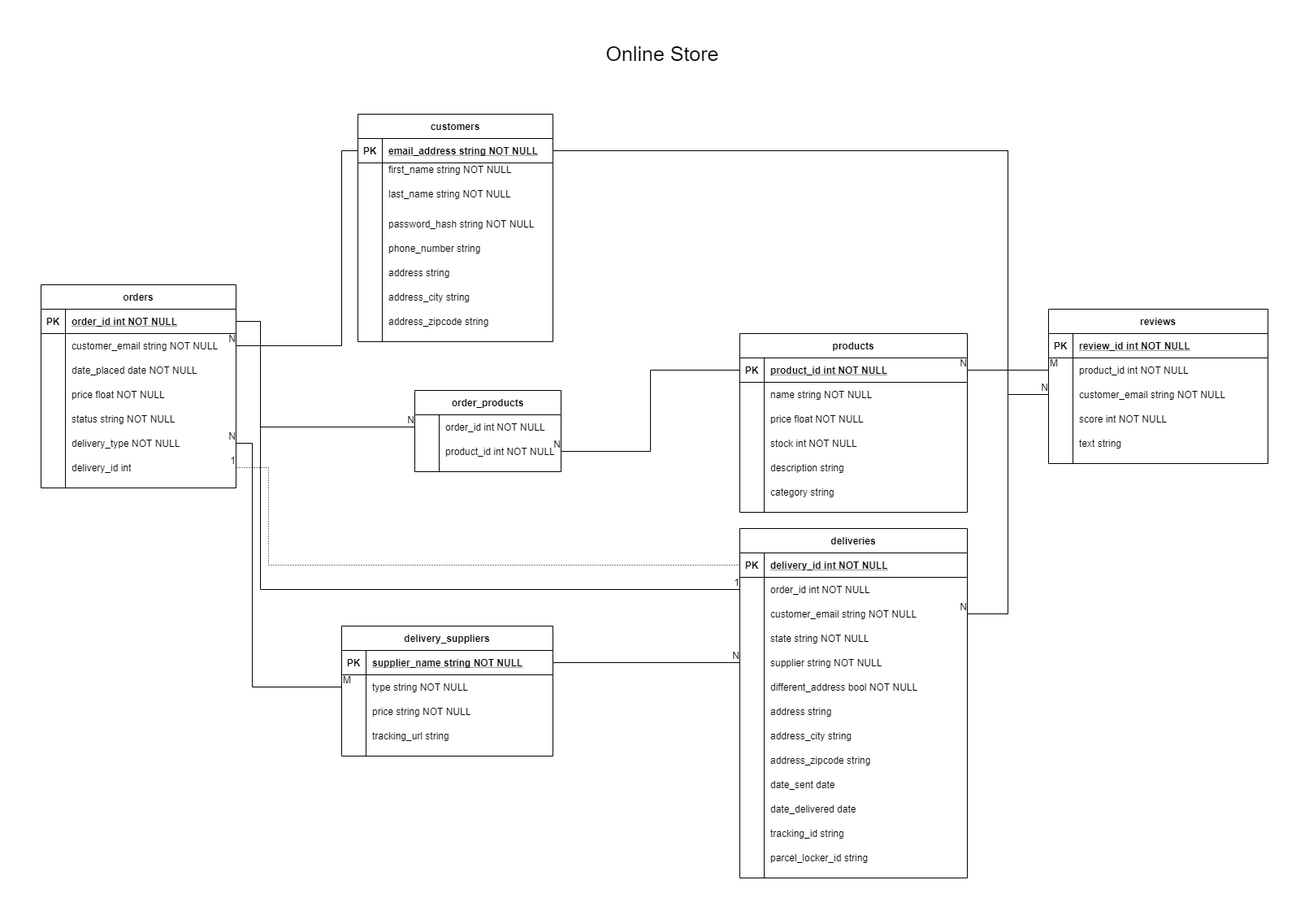
This is erd.png from kacpwoja/EDABA, a draw.io export, as it was before one commit. Source tidied: cells renumbered, new cells last; positions are measured from the earlier drawing's top-left corner, leaving out a move shared by most shapes.
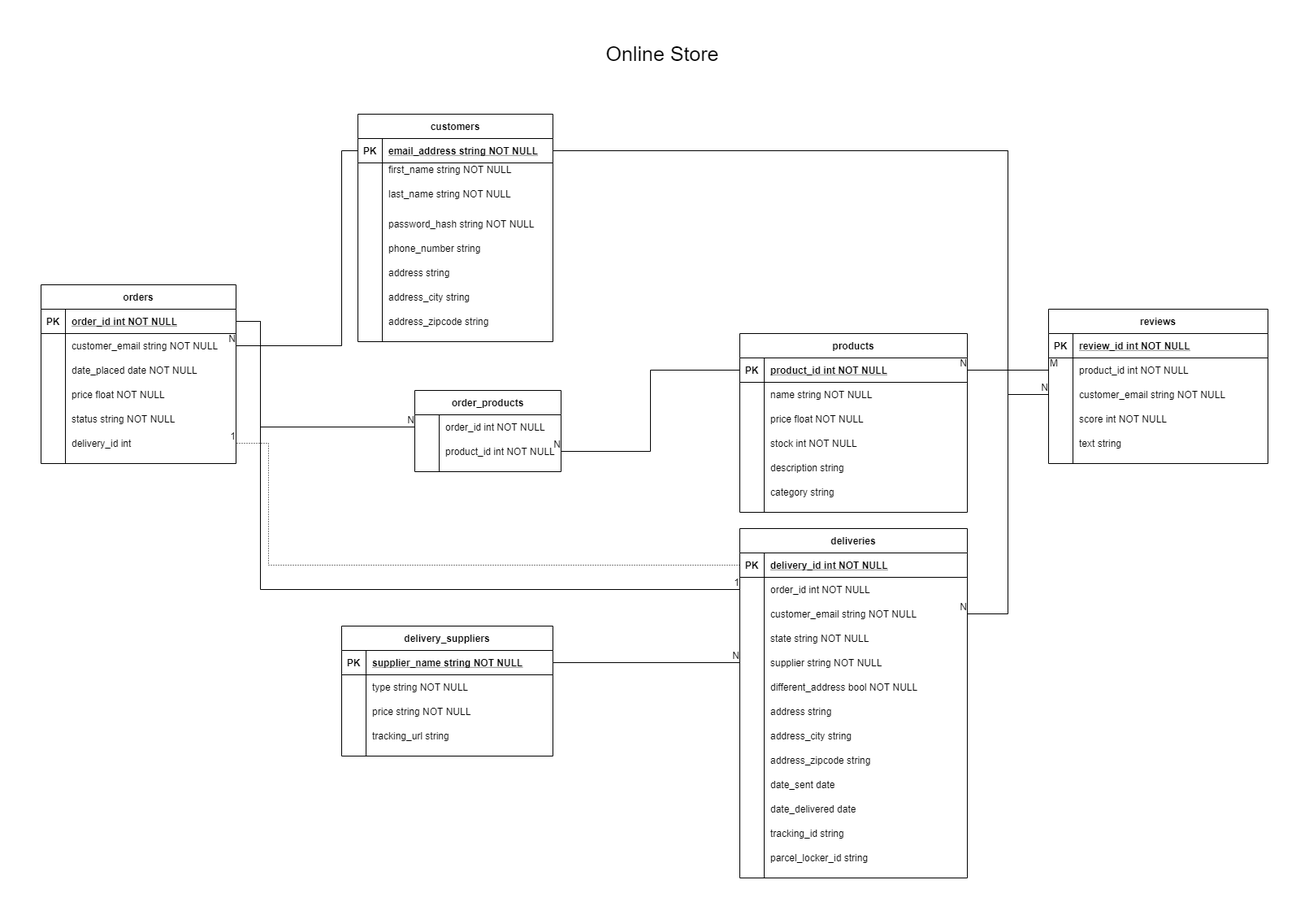
After the change.

Change to the diagram source:
```diff
@@ -135,7 +135,7 @@
       <mxGeometry x="30" width="250" height="30" as="geometry" />
     </mxCell>
     <mxCell id="46" value="orders" style="shape=table;startSize=30;rowLines=0;fontStyle=1;align=center;" parent="1" vertex="1">
-      <mxGeometry y="300" width="240" height="250" as="geometry" />
+      <mxGeometry y="300" width="240" height="220" as="geometry" />
     </mxCell>
     <mxCell id="47" style="shape=partialRectangle;fillColor=none;top=0;left=0;bottom=1;right=0;points=[[0,0.5],[1,0.5]];portConstraint=eastwest;" parent="46" vertex="1">
       <mxGeometry y="30" width="240" height="30" as="geometry" />
@@ -182,17 +182,8 @@
     <mxCell id="61" value="status string NOT NULL" style="shape=partialRectangle;fillColor=none;top=0;left=0;bottom=0;right=0;align=left;spacingLeft=6;overflow=hidden;" parent="59" vertex="1">
       <mxGeometry x="30" width="210" height="30" as="geometry" />
     </mxCell>
-    <mxCell id="62" style="shape=partialRectangle;fillColor=none;top=0;left=0;bottom=0;right=0;points=[[0,0.5],[1,0.5]];portConstraint=eastwest;" parent="46" vertex="1">
-      <mxGeometry y="180" width="240" height="30" as="geometry" />
-    </mxCell>
-    <mxCell id="63" style="shape=partialRectangle;fillColor=none;top=0;left=0;bottom=0;right=0;overflow=hidden;" parent="62" vertex="1">
-      <mxGeometry width="30" height="30" as="geometry" />
-    </mxCell>
-    <mxCell id="64" value="delivery_type NOT NULL" style="shape=partialRectangle;fillColor=none;top=0;left=0;bottom=0;right=0;align=left;spacingLeft=6;overflow=hidden;" parent="62" vertex="1">
-      <mxGeometry x="30" width="210" height="30" as="geometry" />
-    </mxCell>
     <mxCell id="65" style="shape=partialRectangle;fillColor=none;top=0;left=0;bottom=0;right=0;points=[[0,0.5],[1,0.5]];portConstraint=eastwest;" parent="46" vertex="1">
-      <mxGeometry y="210" width="240" height="30" as="geometry" />
+      <mxGeometry y="180" width="240" height="30" as="geometry" />
     </mxCell>
     <mxCell id="66" style="shape=partialRectangle;fillColor=none;top=0;left=0;bottom=0;right=0;overflow=hidden;" parent="65" vertex="1">
       <mxGeometry width="30" height="30" as="geometry" />
@@ -324,7 +315,7 @@
       <mxGeometry relative="1" as="geometry">
         <Array as="points">
           <mxPoint x="280" y="645" />
-          <mxPoint x="280" y="525" />
+          <mxPoint x="280" y="495" />
         </Array>
       </mxGeometry>
     </mxCell>
@@ -413,20 +404,6 @@
     <mxCell id="130" value="N" style="html=1;align=right;verticalAlign=bottom;" parent="129" vertex="1">
       <mxGeometry x="1" relative="1" as="geometry" />
     </mxCell>
-    <mxCell id="131" style="endArrow=none;html=1;rounded=0;exitX=0;exitY=0.5;exitDx=0;exitDy=0;entryX=1;entryY=0.5;entryDx=0;entryDy=0;edgeStyle=orthogonalEdgeStyle;" parent="1" edge="1" source="120" target="62">
-      <mxGeometry relative="1" as="geometry">
-        <Array as="points">
-          <mxPoint x="260" y="795" />
-          <mxPoint x="260" y="495" />
-        </Array>
-      </mxGeometry>
-    </mxCell>
-    <mxCell id="132" value="M" style="html=1;align=left;verticalAlign=bottom;" parent="131" vertex="1">
-      <mxGeometry x="-1" relative="1" as="geometry" />
-    </mxCell>
-    <mxCell id="133" value="N" style="html=1;align=right;verticalAlign=bottom;" parent="131" vertex="1">
-      <mxGeometry x="1" relative="1" as="geometry" />
-    </mxCell>
     <mxCell id="134" value="&lt;font style=&quot;font-size: 25px&quot;&gt;Online Store&lt;/font&gt;" style="text;html=1;strokeColor=none;fillColor=none;align=center;verticalAlign=middle;whiteSpace=wrap;rounded=0;" parent="1" vertex="1">
       <mxGeometry x="510" width="510" height="30" as="geometry" />
     </mxCell>
```
